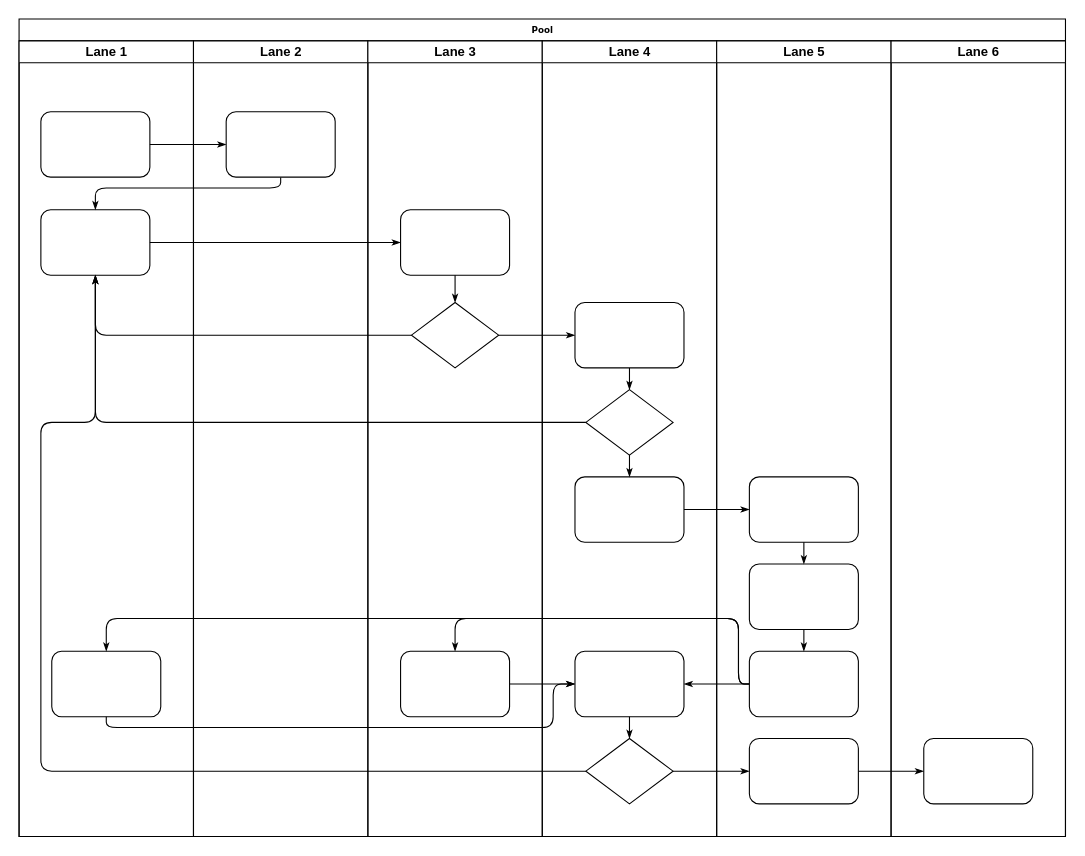
thesnow124/snow keeps this draw.io diagram as 资产对接.drawio. Above is the earlier version. Source tidied: cells renumbered, new cells numbered last; positions are measured from the earlier drawing's top-left corner, leaving out a move shared by most shapes. Both pictures are drawn from the tidied source at 109%, with x=0, y=0 at pixel (19, 19).
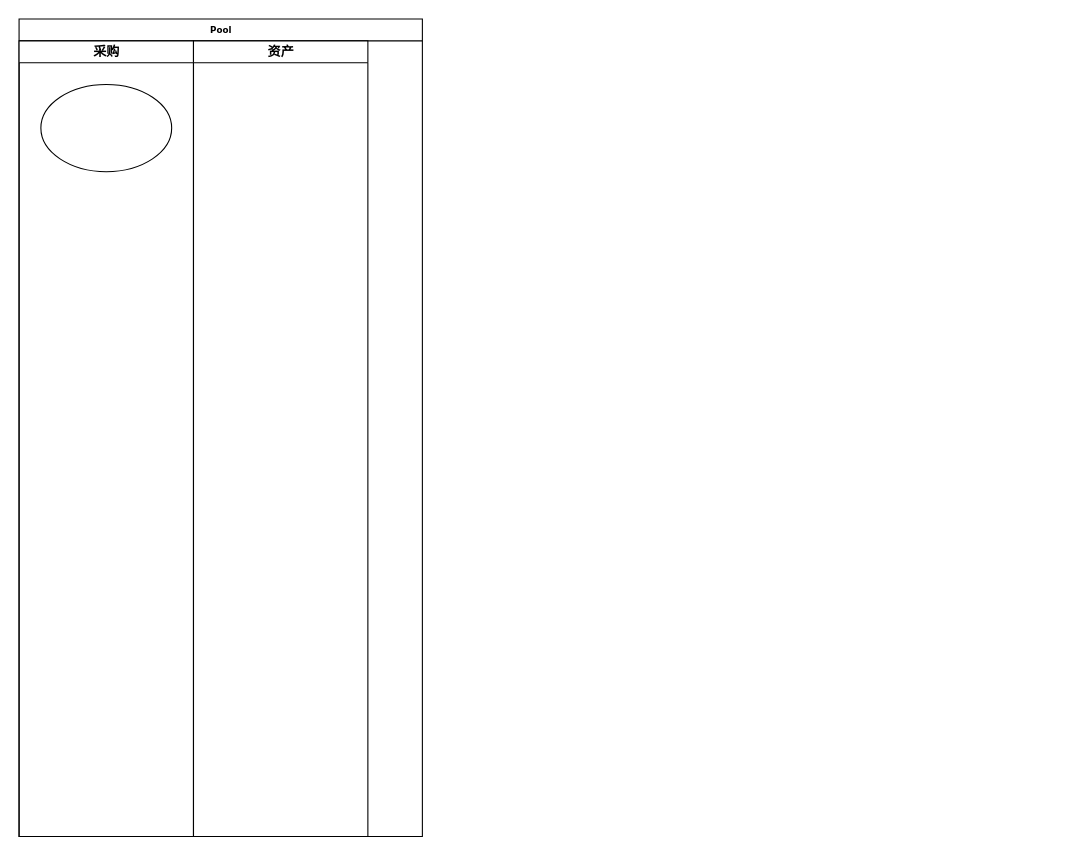
The same page after the edit.

Commit message:
更新资产对接.drawio

Change to the diagram source:
```diff
@@
     <mxCell id="2" value="Pool" style="swimlane;html=1;startSize=20;rounded=0;shadow=0;labelBackgroundColor=none;strokeWidth=1;fontFamily=Verdana;fontSize=8;align=center;" parent="1" vertex="1">
-      <mxGeometry width="960" height="750" as="geometry" />
+      <mxGeometry width="370" height="750" as="geometry" />
     </mxCell>
-    <mxCell id="3" value="Lane 1" style="swimlane;html=1;startSize=20;" parent="2" vertex="1">
+    <mxCell id="3" value="采购" style="swimlane;html=1;startSize=20;" parent="2" vertex="1">
       <mxGeometry y="20" width="160" height="730" as="geometry" />
     </mxCell>
-    <mxCell id="4" style="rounded=1;whiteSpace=wrap;html=1;shadow=0;labelBackgroundColor=none;strokeWidth=1;fontFamily=Verdana;fontSize=8;align=center;" parent="3" vertex="1">
-      <mxGeometry x="20" y="65" width="100" height="60" as="geometry" />
-    </mxCell>
-    <mxCell id="5" style="rounded=1;whiteSpace=wrap;html=1;shadow=0;labelBackgroundColor=none;strokeWidth=1;fontFamily=Verdana;fontSize=8;align=center;" parent="3" vertex="1">
-      <mxGeometry x="20" y="155" width="100" height="60" as="geometry" />
-    </mxCell>
-    <mxCell id="6" style="rounded=1;whiteSpace=wrap;html=1;shadow=0;labelBackgroundColor=none;strokeWidth=1;fontFamily=Verdana;fontSize=8;align=center;" parent="3" vertex="1">
-      <mxGeometry x="30" y="560" width="100" height="60" as="geometry" />
-    </mxCell>
-    <mxCell id="7" style="edgeStyle=orthogonalEdgeStyle;rounded=1;html=1;labelBackgroundColor=none;startArrow=none;startFill=0;startSize=5;endArrow=classicThin;endFill=1;endSize=5;jettySize=auto;strokeWidth=1;fontFamily=Verdana;fontSize=8;" parent="2" edge="1" source="4" target="23">
-      <mxGeometry relative="1" as="geometry" />
-    </mxCell>
-    <mxCell id="8" style="edgeStyle=orthogonalEdgeStyle;rounded=1;html=1;labelBackgroundColor=none;startArrow=none;startFill=0;startSize=5;endArrow=classicThin;endFill=1;endSize=5;jettySize=auto;strokeWidth=1;fontFamily=Verdana;fontSize=8;" parent="2" edge="1" source="23" target="5">
-      <mxGeometry relative="1" as="geometry">
-        <Array as="points">
-          <mxPoint x="240" y="155" />
-          <mxPoint x="70" y="155" />
-        </Array>
-      </mxGeometry>
-    </mxCell>
-    <mxCell id="9" style="edgeStyle=orthogonalEdgeStyle;rounded=1;html=1;labelBackgroundColor=none;startArrow=none;startFill=0;startSize=5;endArrow=classicThin;endFill=1;endSize=5;jettySize=auto;strokeWidth=1;fontFamily=Verdana;fontSize=8;" parent="2" edge="1" source="5" target="25">
-      <mxGeometry relative="1" as="geometry" />
-    </mxCell>
-    <mxCell id="10" style="edgeStyle=orthogonalEdgeStyle;rounded=1;html=1;labelBackgroundColor=none;startArrow=none;startFill=0;startSize=5;endArrow=classicThin;endFill=1;endSize=5;jettySize=auto;strokeWidth=1;fontFamily=Verdana;fontSize=8;" parent="2" edge="1" source="26" target="5">
-      <mxGeometry relative="1" as="geometry" />
-    </mxCell>
-    <mxCell id="11" style="edgeStyle=orthogonalEdgeStyle;rounded=1;html=1;labelBackgroundColor=none;startArrow=none;startFill=0;startSize=5;endArrow=classicThin;endFill=1;endSize=5;jettySize=auto;strokeWidth=1;fontFamily=Verdana;fontSize=8;" parent="2" edge="1" source="31" target="5">
-      <mxGeometry relative="1" as="geometry" />
-    </mxCell>
-    <mxCell id="12" style="edgeStyle=orthogonalEdgeStyle;rounded=1;html=1;labelBackgroundColor=none;startArrow=none;startFill=0;startSize=5;endArrow=classicThin;endFill=1;endSize=5;jettySize=auto;strokeWidth=1;fontFamily=Verdana;fontSize=8;" parent="2" edge="1" source="34" target="5">
-      <mxGeometry relative="1" as="geometry">
-        <Array as="points">
-          <mxPoint x="20" y="690" />
-          <mxPoint x="20" y="370" />
-          <mxPoint x="70" y="370" />
-        </Array>
-      </mxGeometry>
-    </mxCell>
-    <mxCell id="13" style="edgeStyle=orthogonalEdgeStyle;rounded=1;html=1;labelBackgroundColor=none;startArrow=none;startFill=0;startSize=5;endArrow=classicThin;endFill=1;endSize=5;jettySize=auto;strokeWidth=1;fontFamily=Verdana;fontSize=8;" parent="2" edge="1" source="26" target="30">
-      <mxGeometry relative="1" as="geometry" />
-    </mxCell>
-    <mxCell id="14" style="edgeStyle=orthogonalEdgeStyle;rounded=1;html=1;labelBackgroundColor=none;startArrow=none;startFill=0;startSize=5;endArrow=classicThin;endFill=1;endSize=5;jettySize=auto;strokeWidth=1;fontFamily=Verdana;fontSize=8;" parent="2" edge="1" source="34" target="42">
-      <mxGeometry relative="1" as="geometry" />
-    </mxCell>
-    <mxCell id="15" style="edgeStyle=orthogonalEdgeStyle;rounded=1;html=1;labelBackgroundColor=none;startArrow=none;startFill=0;startSize=5;endArrow=classicThin;endFill=1;endSize=5;jettySize=auto;strokeWidth=1;fontFamily=Verdana;fontSize=8;" parent="2" edge="1" source="42" target="46">
-      <mxGeometry relative="1" as="geometry" />
-    </mxCell>
-    <mxCell id="16" style="edgeStyle=orthogonalEdgeStyle;rounded=1;html=1;labelBackgroundColor=none;startArrow=none;startFill=0;startSize=5;endArrow=classicThin;endFill=1;endSize=5;jettySize=auto;strokeWidth=1;fontFamily=Verdana;fontSize=8;" parent="2" edge="1" source="32" target="39">
-      <mxGeometry relative="1" as="geometry" />
-    </mxCell>
-    <mxCell id="17" style="edgeStyle=orthogonalEdgeStyle;rounded=1;html=1;labelBackgroundColor=none;startArrow=none;startFill=0;startSize=5;endArrow=classicThin;endFill=1;endSize=5;jettySize=auto;strokeWidth=1;fontFamily=Verdana;fontSize=8;" parent="2" edge="1" source="41" target="27">
-      <mxGeometry relative="1" as="geometry">
-        <Array as="points">
-          <mxPoint x="660" y="610" />
-          <mxPoint x="660" y="550" />
-          <mxPoint x="400" y="550" />
-        </Array>
-      </mxGeometry>
-    </mxCell>
-    <mxCell id="18" style="edgeStyle=orthogonalEdgeStyle;rounded=1;html=1;labelBackgroundColor=none;startArrow=none;startFill=0;startSize=5;endArrow=classicThin;endFill=1;endSize=5;jettySize=auto;strokeColor=#000000;strokeWidth=1;fontFamily=Verdana;fontSize=8;fontColor=#000000;" parent="2" edge="1" source="41" target="33">
-      <mxGeometry relative="1" as="geometry" />
-    </mxCell>
-    <mxCell id="19" style="edgeStyle=orthogonalEdgeStyle;rounded=1;html=1;labelBackgroundColor=none;startArrow=none;startFill=0;startSize=5;endArrow=classicThin;endFill=1;endSize=5;jettySize=auto;strokeWidth=1;fontFamily=Verdana;fontSize=8;" parent="2" edge="1" source="41" target="6">
-      <mxGeometry relative="1" as="geometry">
-        <Array as="points">
-          <mxPoint x="660" y="610" />
-          <mxPoint x="660" y="550" />
-          <mxPoint x="80" y="550" />
-        </Array>
-      </mxGeometry>
-    </mxCell>
-    <mxCell id="20" style="edgeStyle=orthogonalEdgeStyle;rounded=1;html=1;labelBackgroundColor=none;startArrow=none;startFill=0;startSize=5;endArrow=classicThin;endFill=1;endSize=5;jettySize=auto;strokeWidth=1;fontFamily=Verdana;fontSize=8;" parent="2" edge="1" source="6" target="33">
-      <mxGeometry relative="1" as="geometry">
-        <Array as="points">
-          <mxPoint x="80" y="650" />
-          <mxPoint x="490" y="650" />
-          <mxPoint x="490" y="610" />
-        </Array>
-      </mxGeometry>
-    </mxCell>
-    <mxCell id="21" style="edgeStyle=orthogonalEdgeStyle;rounded=1;html=1;labelBackgroundColor=none;startArrow=none;startFill=0;startSize=5;endArrow=classicThin;endFill=1;endSize=5;jettySize=auto;strokeWidth=1;fontFamily=Verdana;fontSize=8;" parent="2" edge="1" source="27" target="33">
-      <mxGeometry relative="1" as="geometry" />
-    </mxCell>
+    <mxCell id="47" style="ellipse;whiteSpace=wrap;html=1;" parent="3" vertex="1">
+      <mxGeometry x="20" y="40" width="120" height="80" as="geometry" />
+    </mxCell>
-    <mxCell id="22" value="Lane 2" style="swimlane;html=1;startSize=20;" parent="2" vertex="1">
+    <mxCell id="22" value="资产" style="swimlane;html=1;startSize=20;" parent="2" vertex="1">
       <mxGeometry x="160" y="20" width="160" height="730" as="geometry" />
     </mxCell>
-    <mxCell id="23" style="rounded=1;whiteSpace=wrap;html=1;shadow=0;labelBackgroundColor=none;strokeWidth=1;fontFamily=Verdana;fontSize=8;align=center;" parent="22" vertex="1">
-      <mxGeometry x="30" y="65" width="100" height="60" as="geometry" />
-    </mxCell>
-    <mxCell id="24" value="Lane 3" style="swimlane;html=1;startSize=20;" parent="2" vertex="1">
-      <mxGeometry x="320" y="20" width="160" height="730" as="geometry" />
-    </mxCell>
-    <mxCell id="25" style="rounded=1;whiteSpace=wrap;html=1;shadow=0;labelBackgroundColor=none;strokeWidth=1;fontFamily=Verdana;fontSize=8;align=center;" parent="24" vertex="1">
-      <mxGeometry x="30" y="155" width="100" height="60" as="geometry" />
-    </mxCell>
-    <mxCell id="26" style="rhombus;whiteSpace=wrap;html=1;rounded=0;shadow=0;labelBackgroundColor=none;strokeWidth=1;fontFamily=Verdana;fontSize=8;align=center;" parent="24" vertex="1">
-      <mxGeometry x="40" y="240" width="80" height="60" as="geometry" />
-    </mxCell>
-    <mxCell id="27" style="rounded=1;whiteSpace=wrap;html=1;shadow=0;labelBackgroundColor=none;strokeWidth=1;fontFamily=Verdana;fontSize=8;align=center;" parent="24" vertex="1">
-      <mxGeometry x="30" y="560" width="100" height="60" as="geometry" />
-    </mxCell>
-    <mxCell id="28" style="edgeStyle=orthogonalEdgeStyle;rounded=1;html=1;labelBackgroundColor=none;startArrow=none;startFill=0;startSize=5;endArrow=classicThin;endFill=1;endSize=5;jettySize=auto;strokeWidth=1;fontFamily=Verdana;fontSize=8;" parent="24" edge="1" source="25" target="26">
-      <mxGeometry relative="1" as="geometry" />
-    </mxCell>
-    <mxCell id="29" value="Lane 4" style="swimlane;html=1;startSize=20;" parent="2" vertex="1">
-      <mxGeometry x="480" y="20" width="160" height="730" as="geometry" />
-    </mxCell>
-    <mxCell id="30" style="rounded=1;whiteSpace=wrap;html=1;shadow=0;labelBackgroundColor=none;strokeWidth=1;fontFamily=Verdana;fontSize=8;align=center;" parent="29" vertex="1">
-      <mxGeometry x="30" y="240" width="100" height="60" as="geometry" />
-    </mxCell>
-    <mxCell id="31" style="rhombus;whiteSpace=wrap;html=1;rounded=0;shadow=0;labelBackgroundColor=none;strokeWidth=1;fontFamily=Verdana;fontSize=8;align=center;" parent="29" vertex="1">
-      <mxGeometry x="40" y="320" width="80" height="60" as="geometry" />
-    </mxCell>
-    <mxCell id="32" style="rounded=1;whiteSpace=wrap;html=1;shadow=0;labelBackgroundColor=none;strokeWidth=1;fontFamily=Verdana;fontSize=8;align=center;" parent="29" vertex="1">
-      <mxGeometry x="30" y="400" width="100" height="60" as="geometry" />
-    </mxCell>
-    <mxCell id="33" style="rounded=1;whiteSpace=wrap;html=1;shadow=0;labelBackgroundColor=none;strokeWidth=1;fontFamily=Verdana;fontSize=8;align=center;" parent="29" vertex="1">
-      <mxGeometry x="30" y="560" width="100" height="60" as="geometry" />
-    </mxCell>
-    <mxCell id="34" style="rhombus;whiteSpace=wrap;html=1;rounded=0;shadow=0;labelBackgroundColor=none;strokeWidth=1;fontFamily=Verdana;fontSize=8;align=center;" parent="29" vertex="1">
-      <mxGeometry x="40" y="640" width="80" height="60" as="geometry" />
-    </mxCell>
-    <mxCell id="35" style="edgeStyle=orthogonalEdgeStyle;rounded=1;html=1;labelBackgroundColor=none;startArrow=none;startFill=0;startSize=5;endArrow=classicThin;endFill=1;endSize=5;jettySize=auto;strokeColor=#000000;strokeWidth=1;fontFamily=Verdana;fontSize=8;fontColor=#000000;" parent="29" edge="1" source="30" target="31">
-      <mxGeometry relative="1" as="geometry" />
-    </mxCell>
-    <mxCell id="36" style="edgeStyle=orthogonalEdgeStyle;rounded=1;html=1;labelBackgroundColor=none;startArrow=none;startFill=0;startSize=5;endArrow=classicThin;endFill=1;endSize=5;jettySize=auto;strokeWidth=1;fontFamily=Verdana;fontSize=8;" parent="29" edge="1" source="31" target="32">
-      <mxGeometry relative="1" as="geometry" />
-    </mxCell>
-    <mxCell id="37" style="edgeStyle=orthogonalEdgeStyle;rounded=1;html=1;labelBackgroundColor=none;startArrow=none;startFill=0;startSize=5;endArrow=classicThin;endFill=1;endSize=5;jettySize=auto;strokeWidth=1;fontFamily=Verdana;fontSize=8;" parent="29" edge="1" source="33" target="34">
-      <mxGeometry relative="1" as="geometry" />
-    </mxCell>
-    <mxCell id="38" value="Lane 5" style="swimlane;html=1;startSize=20;" parent="2" vertex="1">
-      <mxGeometry x="640" y="20" width="160" height="730" as="geometry" />
-    </mxCell>
-    <mxCell id="39" style="rounded=1;whiteSpace=wrap;html=1;shadow=0;labelBackgroundColor=none;strokeWidth=1;fontFamily=Verdana;fontSize=8;align=center;" parent="38" vertex="1">
-      <mxGeometry x="30" y="400" width="100" height="60" as="geometry" />
-    </mxCell>
-    <mxCell id="40" style="rounded=1;whiteSpace=wrap;html=1;shadow=0;labelBackgroundColor=none;strokeWidth=1;fontFamily=Verdana;fontSize=8;align=center;" parent="38" vertex="1">
-      <mxGeometry x="30" y="480" width="100" height="60" as="geometry" />
-    </mxCell>
-    <mxCell id="41" style="rounded=1;whiteSpace=wrap;html=1;shadow=0;labelBackgroundColor=none;strokeWidth=1;fontFamily=Verdana;fontSize=8;align=center;" parent="38" vertex="1">
-      <mxGeometry x="30" y="560" width="100" height="60" as="geometry" />
-    </mxCell>
-    <mxCell id="42" style="rounded=1;whiteSpace=wrap;html=1;shadow=0;labelBackgroundColor=none;strokeWidth=1;fontFamily=Verdana;fontSize=8;align=center;" parent="38" vertex="1">
-      <mxGeometry x="30" y="640" width="100" height="60" as="geometry" />
-    </mxCell>
-    <mxCell id="43" style="edgeStyle=orthogonalEdgeStyle;rounded=1;html=1;labelBackgroundColor=none;startArrow=none;startFill=0;startSize=5;endArrow=classicThin;endFill=1;endSize=5;jettySize=auto;strokeWidth=1;fontFamily=Verdana;fontSize=8;" parent="38" edge="1" source="39" target="40">
-      <mxGeometry relative="1" as="geometry" />
-    </mxCell>
-    <mxCell id="44" style="edgeStyle=orthogonalEdgeStyle;rounded=1;html=1;labelBackgroundColor=none;startArrow=none;startFill=0;startSize=5;endArrow=classicThin;endFill=1;endSize=5;jettySize=auto;strokeWidth=1;fontFamily=Verdana;fontSize=8;" parent="38" edge="1" source="40" target="41">
-      <mxGeometry relative="1" as="geometry" />
-    </mxCell>
-    <mxCell id="45" value="Lane 6" style="swimlane;html=1;startSize=20;" parent="2" vertex="1">
-      <mxGeometry x="800" y="20" width="160" height="730" as="geometry" />
-    </mxCell>
-    <mxCell id="46" style="rounded=1;whiteSpace=wrap;html=1;shadow=0;labelBackgroundColor=none;strokeWidth=1;fontFamily=Verdana;fontSize=8;align=center;" parent="45" vertex="1">
-      <mxGeometry x="30" y="640" width="100" height="60" as="geometry" />
-    </mxCell>
```
